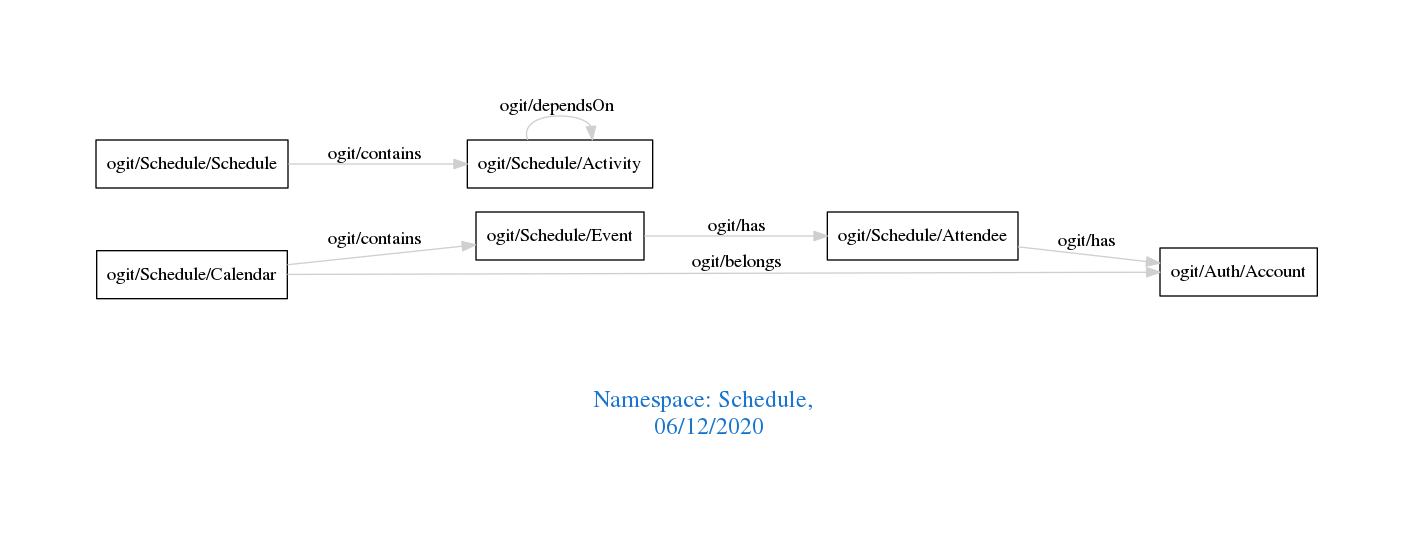
Before: downloads/Schedule.png, a diagram exported from Graphviz (arago/OGIT). Its source is kept beside it as downloads/Schedule.dot.
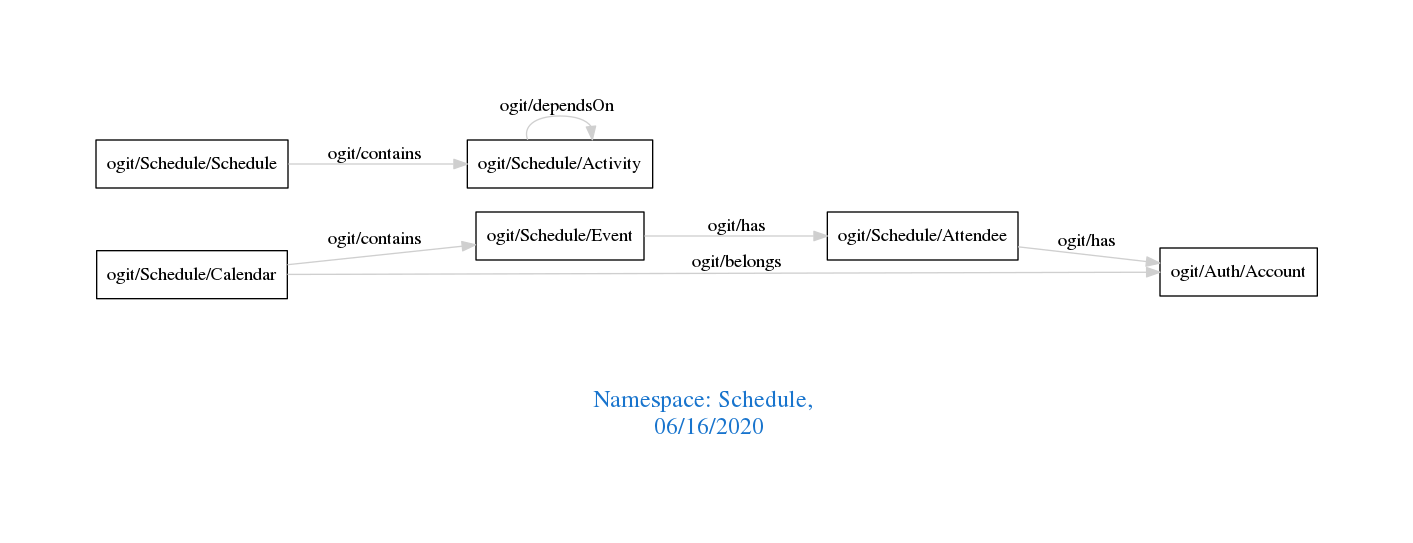
The same file after the commit.

Diff of the diagram source:
```diff
@@ -1,7 +1,7 @@
 digraph OGIT_ontology {
  graph [ rankdir= LR,pad=1
 fontsize = 18,
-fontcolor= dodgerblue3,label = "\n\n\nNamespace: Schedule, \n 06/12/2020"];
+fontcolor= dodgerblue3,label = "\n\n\nNamespace: Schedule, \n 06/16/2020"];
 node[shape=polygon];
 edge [  color="gray81"];
 
```
